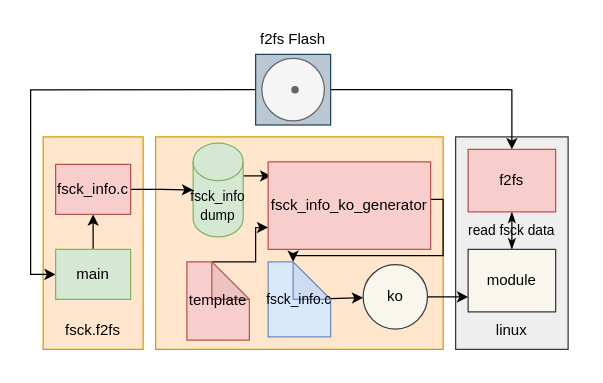
Before: f2fs/f2fs利用fsck信息.drawio in ksd11/charts, a draw.io diagram. Source tidied: cells renumbered, new cells numbered last; positions are measured from the earlier drawing's top-left corner, leaving out a move shared by most shapes. Both pictures are drawn from the tidied source at 125%, with x=0, y=0 at pixel (42, 20).
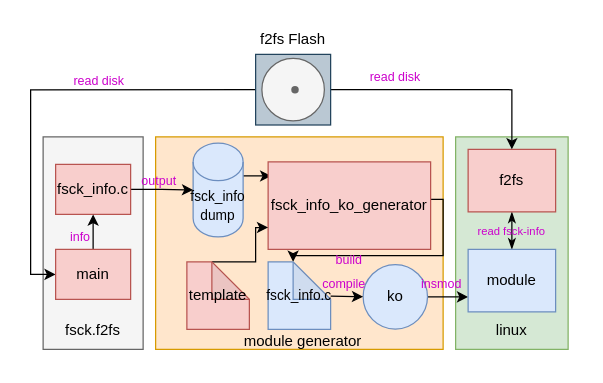
The same page after the edit.

Commit message (it also covers changes not shown here):
绘图：利用f2fs提供信息

The edit, as a diff of the source:
```diff
@@
-    <mxCell id="2" style="rounded=0;whiteSpace=wrap;html=1;fillColor=#ffe6cc;strokeColor=#d79b00;" parent="1" vertex="1">
+    <mxCell id="2" style="rounded=0;whiteSpace=wrap;html=1;fillColor=#f5f5f5;strokeColor=#666666;fontColor=#333333;" parent="1" vertex="1">
       <mxGeometry y="93" width="80" height="170" as="geometry" />
     </mxCell>
-    <mxCell id="3" style="rounded=0;whiteSpace=wrap;html=1;fillColor=#eeeeee;strokeColor=#36393d;" parent="1" vertex="1">
+    <mxCell id="3" style="rounded=0;whiteSpace=wrap;html=1;fillColor=#d5e8d4;strokeColor=#82b366;" parent="1" vertex="1">
       <mxGeometry x="330" y="93" width="90" height="170" as="geometry" />
     </mxCell>
@@
-    <mxCell id="6" value="&lt;font style=&quot;font-size: 11px;&quot;&gt;fsck_info&lt;br style=&quot;&quot;&gt;dump&lt;/font&gt;" style="shape=cylinder3;whiteSpace=wrap;html=1;boundedLbl=1;backgroundOutline=1;size=15;fillColor=#d5e8d4;strokeColor=#82b366;" parent="1" vertex="1">
+    <mxCell id="6" value="&lt;font style=&quot;font-size: 11px;&quot;&gt;fsck_info&lt;br style=&quot;&quot;&gt;dump&lt;/font&gt;" style="shape=cylinder3;whiteSpace=wrap;html=1;boundedLbl=1;backgroundOutline=1;size=15;fillColor=#dae8fc;strokeColor=#6c8ebf;" parent="1" vertex="1">
       <mxGeometry x="120" y="98" width="40" height="75" as="geometry" />
     </mxCell>
@@
     <mxCell id="10" value="template" style="shape=note;whiteSpace=wrap;html=1;backgroundOutline=1;darkOpacity=0.05;fillColor=#f8cecc;strokeColor=#b85450;" parent="1" vertex="1">
-      <mxGeometry x="115" y="193" width="50" height="62.5" as="geometry" />
+      <mxGeometry x="115" y="193" width="50" height="54" as="geometry" />
     </mxCell>
     <mxCell id="11" value="&lt;font style=&quot;font-size: 11px;&quot;&gt;&lt;font style=&quot;font-size: 11px;&quot;&gt;fsck_info&lt;/font&gt;.c&lt;/font&gt;" style="shape=note;whiteSpace=wrap;html=1;backgroundOutline=1;darkOpacity=0.05;fillColor=#dae8fc;strokeColor=#6c8ebf;" parent="1" vertex="1">
-      <mxGeometry x="180" y="193" width="50" height="60" as="geometry" />
+      <mxGeometry x="180" y="193" width="50" height="54" as="geometry" />
     </mxCell>
@@
-    <mxCell id="13" value="ko" style="ellipse;whiteSpace=wrap;html=1;fillColor=#f9f7ed;strokeColor=#36393d;" parent="1" vertex="1">
+    <mxCell id="13" value="ko" style="ellipse;whiteSpace=wrap;html=1;fillColor=#dae8fc;strokeColor=#6c8ebf;" parent="1" vertex="1">
       <mxGeometry x="256" y="195.2" width="51.5" height="51.5" as="geometry" />
     </mxCell>
@@
-    <mxCell id="16" value="module" style="rounded=0;whiteSpace=wrap;html=1;fillColor=#f9f7ed;strokeColor=#36393d;" parent="1" vertex="1">
+    <mxCell id="16" value="module" style="rounded=0;whiteSpace=wrap;html=1;fillColor=#dae8fc;strokeColor=#6c8ebf;" parent="1" vertex="1">
       <mxGeometry x="340" y="183" width="70" height="50" as="geometry" />
     </mxCell>
@@
-    <mxCell id="27" value="main" style="rounded=0;whiteSpace=wrap;html=1;fillColor=#d5e8d4;strokeColor=#82b366;" parent="1" vertex="1">
+    <mxCell id="27" value="main" style="rounded=0;whiteSpace=wrap;html=1;fillColor=#f8cecc;strokeColor=#b85450;" parent="1" vertex="1">
       <mxGeometry x="10" y="183" width="60" height="40" as="geometry" />
     </mxCell>
@@
-    <mxCell id="30" value="&lt;font style=&quot;font-size: 11px;&quot;&gt;read fsck data&lt;/font&gt;" style="text;html=1;strokeColor=none;fillColor=none;align=center;verticalAlign=middle;whiteSpace=wrap;rounded=0;" parent="1" vertex="1">
+    <mxCell id="30" value="&lt;font color=&quot;#cc00cc&quot; style=&quot;font-size: 9px;&quot;&gt;read fsck-info&lt;/font&gt;" style="text;html=1;strokeColor=none;fillColor=none;align=center;verticalAlign=middle;whiteSpace=wrap;rounded=0;" parent="1" vertex="1">
       <mxGeometry x="320" y="153" width="110" height="30" as="geometry" />
     </mxCell>
+    <mxCell id="31" value="module generator" style="text;html=1;strokeColor=none;fillColor=none;align=center;verticalAlign=middle;whiteSpace=wrap;rounded=0;" parent="1" vertex="1">
+      <mxGeometry x="150" y="242" width="116" height="30" as="geometry" />
+    </mxCell>
+    <mxCell id="32" value="&lt;font color=&quot;#cc00cc&quot; style=&quot;font-size: 10px;&quot;&gt;insmod&lt;/font&gt;" style="text;html=1;strokeColor=none;fillColor=none;align=center;verticalAlign=middle;whiteSpace=wrap;rounded=0;" parent="1" vertex="1">
+      <mxGeometry x="289" y="195" width="60" height="30" as="geometry" />
+    </mxCell>
+    <mxCell id="33" value="&lt;font color=&quot;#cc00cc&quot; style=&quot;font-size: 10px;&quot;&gt;build&lt;/font&gt;" style="text;html=1;strokeColor=none;fillColor=none;align=center;verticalAlign=middle;whiteSpace=wrap;rounded=0;" parent="1" vertex="1">
+      <mxGeometry x="215" y="176" width="60" height="30" as="geometry" />
+    </mxCell>
+    <mxCell id="34" value="&lt;font color=&quot;#cc00cc&quot; style=&quot;font-size: 10px;&quot;&gt;compile&lt;/font&gt;" style="text;html=1;strokeColor=none;fillColor=none;align=center;verticalAlign=middle;whiteSpace=wrap;rounded=0;" parent="1" vertex="1">
+      <mxGeometry x="211" y="195.2" width="60" height="30" as="geometry" />
+    </mxCell>
+    <mxCell id="35" value="&lt;font color=&quot;#cc00cc&quot; style=&quot;font-size: 10px;&quot;&gt;output&lt;/font&gt;" style="text;html=1;strokeColor=none;fillColor=none;align=center;verticalAlign=middle;whiteSpace=wrap;rounded=0;" parent="1" vertex="1">
+      <mxGeometry x="63" y="113" width="60" height="30" as="geometry" />
+    </mxCell>
+    <mxCell id="36" value="&lt;font color=&quot;#cc00cc&quot; style=&quot;font-size: 10px;&quot;&gt;info&lt;/font&gt;" style="text;html=1;strokeColor=none;fillColor=none;align=center;verticalAlign=middle;whiteSpace=wrap;rounded=0;" parent="1" vertex="1">
+      <mxGeometry y="158" width="60" height="30" as="geometry" />
+    </mxCell>
+    <mxCell id="37" value="&lt;font color=&quot;#cc00cc&quot; style=&quot;font-size: 10px;&quot;&gt;read disk&lt;/font&gt;" style="text;html=1;strokeColor=none;fillColor=none;align=center;verticalAlign=middle;whiteSpace=wrap;rounded=0;" parent="1" vertex="1">
+      <mxGeometry x="15" y="33" width="60" height="30" as="geometry" />
+    </mxCell>
+    <mxCell id="38" value="&lt;font color=&quot;#cc00cc&quot; style=&quot;font-size: 10px;&quot;&gt;read disk&lt;/font&gt;" style="text;html=1;strokeColor=none;fillColor=none;align=center;verticalAlign=middle;whiteSpace=wrap;rounded=0;" parent="1" vertex="1">
+      <mxGeometry x="251.8" y="30.2" width="60" height="30" as="geometry" />
+    </mxCell>
```
